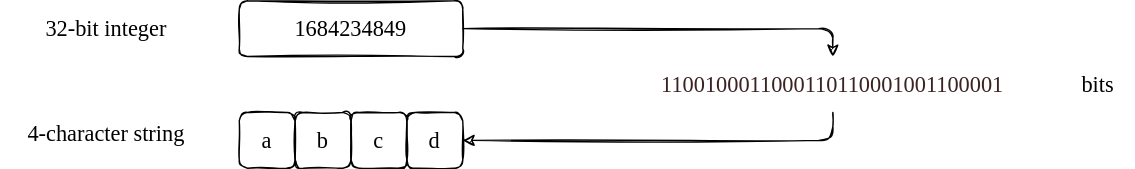
Before: docs/binary/binary_packing_unpacking.svg, a diagram exported from draw.io (gvwilson/sdxpy). Source tidied: cells renumbered, new cells last; positions are measured from the earlier drawing's top-left corner, leaving out a move shared by most shapes.
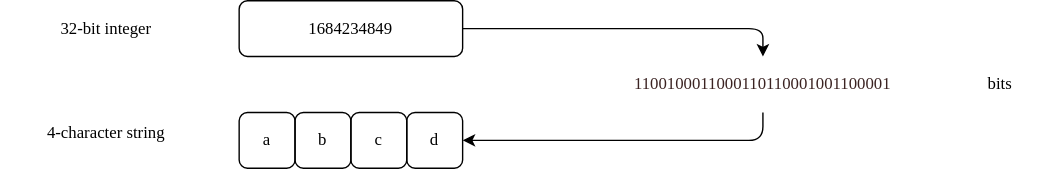
After the change.

Diff of the diagram source:
```diff
@@ -2,46 +2,46 @@
   <root>
     <mxCell id="0" />
     <mxCell id="1" parent="0" />
-    <mxCell id="2" value="&lt;font style=&quot;font-size: 16px;&quot; face=&quot;Comic Sans MS&quot;&gt;1684234849&lt;/font&gt;" style="rounded=1;whiteSpace=wrap;html=1;fillColor=none;sketch=1;" parent="1" vertex="1">
+    <mxCell id="2" value="&lt;font style=&quot;font-size: 12px;&quot;&gt;1684234849&lt;/font&gt;" style="rounded=1;whiteSpace=wrap;html=1;fillColor=none;sketch=0;fontFamily=Verdana;fontSize=12;" parent="1" vertex="1">
       <mxGeometry x="170" width="160" height="40" as="geometry" />
     </mxCell>
-    <mxCell id="3" value="32-bit integer" style="text;html=1;strokeColor=none;fillColor=none;align=center;verticalAlign=middle;whiteSpace=wrap;rounded=0;sketch=1;fontFamily=Comic Sans MS;fontSize=16;" parent="1" vertex="1">
+    <mxCell id="3" value="32-bit integer" style="text;html=1;strokeColor=none;fillColor=none;align=center;verticalAlign=middle;whiteSpace=wrap;rounded=0;sketch=1;fontFamily=Verdana;fontSize=12;" parent="1" vertex="1">
       <mxGeometry y="5" width="150" height="30" as="geometry" />
     </mxCell>
-    <mxCell id="4" value="a" style="rounded=1;whiteSpace=wrap;html=1;sketch=1;fontFamily=Comic Sans MS;fontSize=16;fillColor=none;" parent="1" vertex="1">
+    <mxCell id="4" value="a" style="rounded=1;whiteSpace=wrap;html=1;sketch=0;fontFamily=Verdana;fontSize=12;fillColor=none;" parent="1" vertex="1">
       <mxGeometry x="170" y="80" width="40" height="40" as="geometry" />
     </mxCell>
-    <mxCell id="5" value="b" style="rounded=1;whiteSpace=wrap;html=1;sketch=1;fontFamily=Comic Sans MS;fontSize=16;fillColor=none;" parent="1" vertex="1">
+    <mxCell id="5" value="b" style="rounded=1;whiteSpace=wrap;html=1;sketch=0;fontFamily=Verdana;fontSize=12;fillColor=none;" parent="1" vertex="1">
       <mxGeometry x="210" y="80" width="40" height="40" as="geometry" />
     </mxCell>
-    <mxCell id="6" value="c" style="rounded=1;whiteSpace=wrap;html=1;sketch=1;fontFamily=Comic Sans MS;fontSize=16;fillColor=none;" parent="1" vertex="1">
+    <mxCell id="6" value="c" style="rounded=1;whiteSpace=wrap;html=1;sketch=0;fontFamily=Verdana;fontSize=12;fillColor=none;" parent="1" vertex="1">
       <mxGeometry x="250" y="80" width="40" height="40" as="geometry" />
     </mxCell>
-    <mxCell id="7" value="d" style="rounded=1;whiteSpace=wrap;html=1;sketch=1;fontFamily=Comic Sans MS;fontSize=16;fillColor=none;" parent="1" vertex="1">
+    <mxCell id="7" value="d" style="rounded=1;whiteSpace=wrap;html=1;sketch=0;fontFamily=Verdana;fontSize=12;fillColor=none;" parent="1" vertex="1">
       <mxGeometry x="290" y="80" width="40" height="40" as="geometry" />
     </mxCell>
-    <mxCell id="8" value="4-character string" style="text;html=1;strokeColor=none;fillColor=none;align=center;verticalAlign=middle;whiteSpace=wrap;rounded=0;sketch=1;fontFamily=Comic Sans MS;fontSize=16;" parent="1" vertex="1">
+    <mxCell id="8" value="4-character string" style="text;html=1;strokeColor=none;fillColor=none;align=center;verticalAlign=middle;whiteSpace=wrap;rounded=0;sketch=1;fontFamily=Verdana;fontSize=12;" parent="1" vertex="1">
       <mxGeometry y="80" width="150" height="30" as="geometry" />
     </mxCell>
-    <mxCell id="9" value="&lt;p style=&quot;margin: 0px; font-variant-numeric: normal; font-variant-east-asian: normal; font-stretch: normal; line-height: normal; color: rgb(59, 35, 34); text-align: start;&quot; class=&quot;p1&quot;&gt;&lt;span style=&quot;font-variant-ligatures: no-common-ligatures;&quot; class=&quot;s1&quot;&gt;&lt;font style=&quot;font-size: 16px;&quot;&gt;1100100011000110110001001100001&lt;/font&gt;&lt;/span&gt;&lt;/p&gt;" style="text;html=1;strokeColor=none;fillColor=none;align=center;verticalAlign=middle;whiteSpace=wrap;rounded=0;sketch=1;fontFamily=Comic Sans MS;fontSize=16;" parent="1" vertex="1">
-      <mxGeometry x="450" y="40" width="290" height="40" as="geometry" />
+    <mxCell id="9" value="&lt;p style=&quot;margin: 0px; font-variant-numeric: normal; font-variant-east-asian: normal; font-stretch: normal; line-height: normal; color: rgb(59, 35, 34); text-align: start; font-size: 12px;&quot; class=&quot;p1&quot;&gt;&lt;span style=&quot;font-variant-ligatures: no-common-ligatures; font-size: 12px;&quot; class=&quot;s1&quot;&gt;&lt;font style=&quot;font-size: 12px;&quot;&gt;1100100011000110110001001100001&lt;/font&gt;&lt;/span&gt;&lt;/p&gt;" style="text;html=1;strokeColor=none;fillColor=none;align=center;verticalAlign=middle;whiteSpace=wrap;rounded=0;sketch=1;fontFamily=Verdana;fontSize=12;" parent="1" vertex="1">
+      <mxGeometry x="400" y="40" width="290" height="40" as="geometry" />
     </mxCell>
-    <mxCell id="10" style="endArrow=classic;html=1;rounded=1;sketch=1;fontFamily=Comic Sans MS;fontSize=16;exitX=1;exitY=0.5;exitDx=0;exitDy=0;entryX=0.5;entryY=0;entryDx=0;entryDy=0;" parent="1" edge="1" source="2" target="9">
+    <mxCell id="10" style="endArrow=classic;html=1;rounded=1;sketch=0;fontFamily=Verdana;fontSize=16;exitX=1;exitY=0.5;exitDx=0;exitDy=0;entryX=0.5;entryY=0;entryDx=0;entryDy=0;" parent="1" edge="1" source="2" target="9">
       <mxGeometry relative="1" as="geometry">
         <Array as="points">
-          <mxPoint x="595" y="20" />
+          <mxPoint x="545" y="20" />
         </Array>
       </mxGeometry>
     </mxCell>
-    <mxCell id="11" style="endArrow=classic;html=1;rounded=1;sketch=1;fontFamily=Comic Sans MS;fontSize=16;entryX=1;entryY=0.5;entryDx=0;entryDy=0;exitX=0.5;exitY=1;exitDx=0;exitDy=0;" parent="1" edge="1" source="9" target="7">
+    <mxCell id="11" style="endArrow=classic;html=1;rounded=1;sketch=0;fontFamily=Verdana;fontSize=16;entryX=1;entryY=0.5;entryDx=0;entryDy=0;exitX=0.5;exitY=1;exitDx=0;exitDy=0;" parent="1" edge="1" source="9" target="7">
       <mxGeometry relative="1" as="geometry">
         <Array as="points">
-          <mxPoint x="595" y="100" />
+          <mxPoint x="545" y="100" />
         </Array>
       </mxGeometry>
     </mxCell>
-    <mxCell id="12" value="bits" style="text;html=1;strokeColor=none;fillColor=none;align=center;verticalAlign=middle;whiteSpace=wrap;rounded=0;sketch=1;fontFamily=Comic Sans MS;fontSize=16;" parent="1" vertex="1">
-      <mxGeometry x="760" y="45" width="50" height="30" as="geometry" />
+    <mxCell id="12" value="bits" style="text;html=1;strokeColor=none;fillColor=none;align=center;verticalAlign=middle;whiteSpace=wrap;rounded=0;sketch=1;fontFamily=Verdana;fontSize=12;" parent="1" vertex="1">
+      <mxGeometry x="690" y="45" width="50" height="30" as="geometry" />
     </mxCell>
   </root>
 </mxGraphModel>
```
